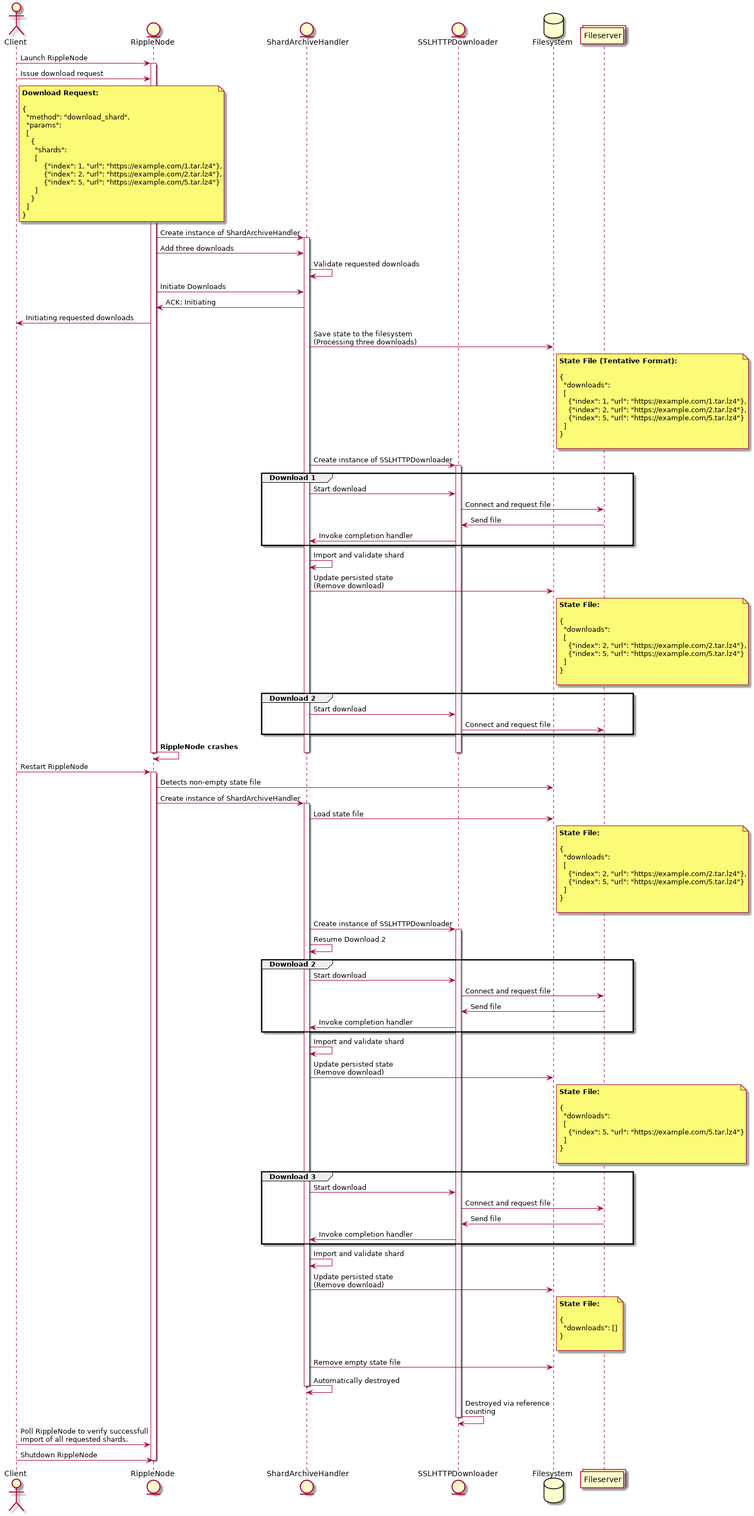
This is docs/downloader/interrupt_sequence.png from undertome/rippled, a PlantUML export, as it was before one commit. Its diagram source:
```plantuml
@startuml


actor Client as c
entity RippleNode as rn
entity ShardArchiveHandler as sa
entity SSLHTTPDownloader as d
database Filesystem as fs
collections Fileserver as s

c -> rn: Launch RippleNode
activate rn

c -> rn: Issue download request

note right of c
  **Download Request:**

  {
    "method": "download_shard",
    "params":
    [
      {
        "shards":
        [
            {"index": 1, "url": "https://example.com/1.tar.lz4"},
            {"index": 2, "url": "https://example.com/2.tar.lz4"},
            {"index": 5, "url": "https://example.com/5.tar.lz4"}
        ]
      }
    ]
  }
end note

rn -> sa: Create instance of ShardArchiveHandler
activate sa

rn -> sa: Add three downloads
sa -> sa: Validate requested downloads

rn -> sa: Initiate Downloads
sa -> rn: ACK: Initiating
rn -> c: Initiating requested downloads

sa -> fs: Save state to the filesystem\n(Processing three downloads)

note right of fs
  **State File (Tentative Format):**

  {
    "downloads":
    [
      {"index": 1, "url": "https://example.com/1.tar.lz4"},
      {"index": 2, "url": "https://example.com/2.tar.lz4"},
      {"index": 5, "url": "https://example.com/5.tar.lz4"}
    ]
  }

end note

sa -> d: Create instance of SSLHTTPDownloader
activate d

group Download 1

  sa -> d: Start download

  d -> s: Connect and request file
  s -> d: Send file
  d -> sa: Invoke completion handler

end

sa -> sa: Import and validate shard

sa -> fs: Update persisted state\n(Remove download)

note right of fs
  **State File:**

  {
    "downloads":
    [
      {"index": 2, "url": "https://example.com/2.tar.lz4"},
      {"index": 5, "url": "https://example.com/5.tar.lz4"}
    ]
  }

end note

group Download 2

  sa -> d: Start download

  d -> s: Connect and request file

end

rn -> rn: **RippleNode crashes**

deactivate sa
deactivate rn
deactivate d

c -> rn: Restart RippleNode
activate rn

rn -> fs: Detects non-empty state file

rn -> sa: Create instance of ShardArchiveHandler
activate sa

sa -> fs: Load state file

note right of fs
  **State File:**

  {
    "downloads":
    [
      {"index": 2, "url": "https://example.com/2.tar.lz4"},
      {"index": 5, "url": "https://example.com/5.tar.lz4"}
    ]
  }

end note

sa -> d: Create instance of SSLHTTPDownloader
activate d

sa -> sa: Resume Download 2

group Download 2

  sa -> d: Start download

  d -> s: Connect and request file
  s -> d: Send file
  d -> sa: Invoke completion handler

end

sa -> sa: Import and validate shard

sa -> fs: Update persisted state \n(Remove download)

note right of fs
  **State File:**

  {
    "downloads":
    [
      {"index": 5, "url": "https://example.com/5.tar.lz4"}
    ]
  }

end note

group Download 3

  sa -> d: Start download

  d -> s: Connect and request file
  s -> d: Send file
  d -> sa: Invoke completion handler

end

sa -> sa: Import and validate shard

sa -> fs: Update persisted state \n(Remove download)

note right of fs
  **State File:**

  {
    "downloads": []
  }

end note

sa -> fs: Remove empty state file

sa -> sa: Automatically destroyed
deactivate sa

d -> d: Destroyed via reference\ncounting
deactivate d

c -> rn: Poll RippleNode to verify successfull\nimport of all requested shards.
c -> rn: Shutdown RippleNode

deactivate rn

@enduml
```
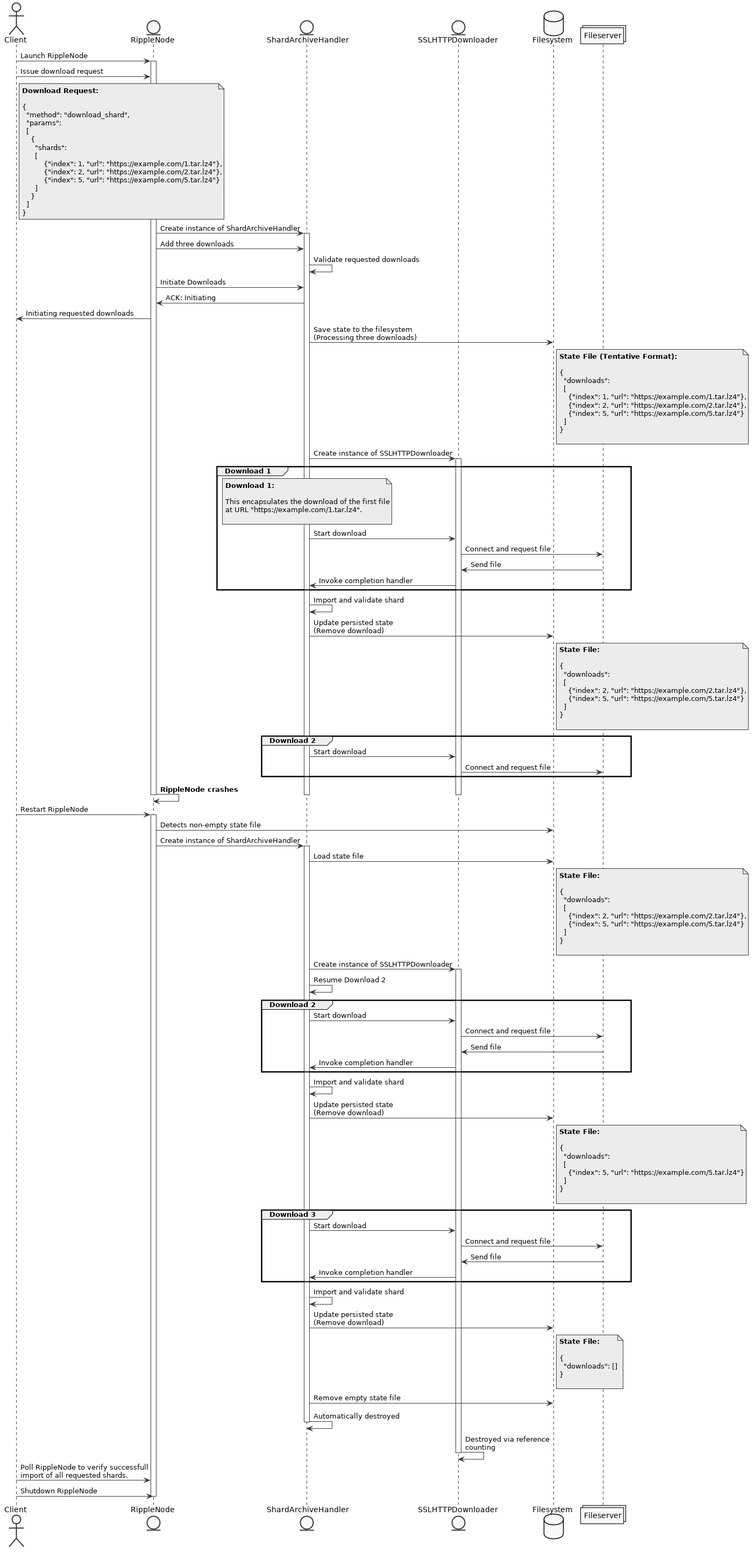
The same file after the commit.

What changed in the source:
```diff
@@ -1,5 +1,10 @@
 @startuml
 
+
+skinparam shadowing false
+
+
+skinparam monochrome true
 
 actor Client as c
 entity RippleNode as rn
@@ -62,6 +67,14 @@
 activate d
 
 group Download 1
+
+  note over sa
+    **Download 1:**
+
+    This encapsulates the download of the first file
+    at URL "https://example.com/1.tar.lz4".
+
+  end note
 
   sa -> d: Start download
 
```
